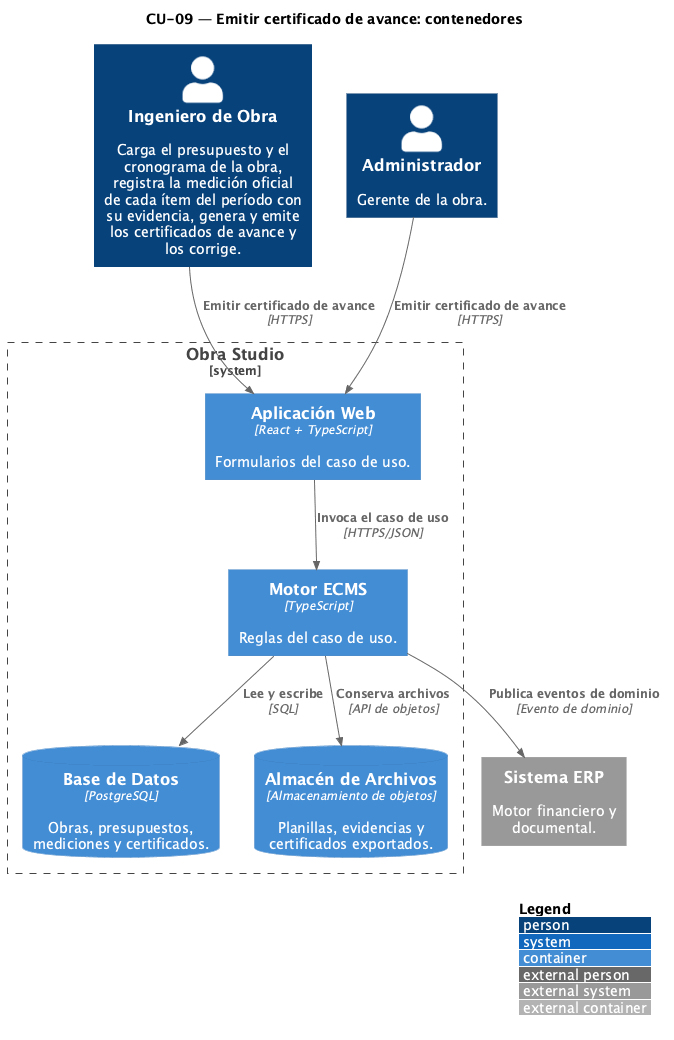
Ssrrb/TPF-teoria keeps this PlantUML diagram as modelo/out/c4/C4-CU09-contenedores.png. Above is the earlier version.
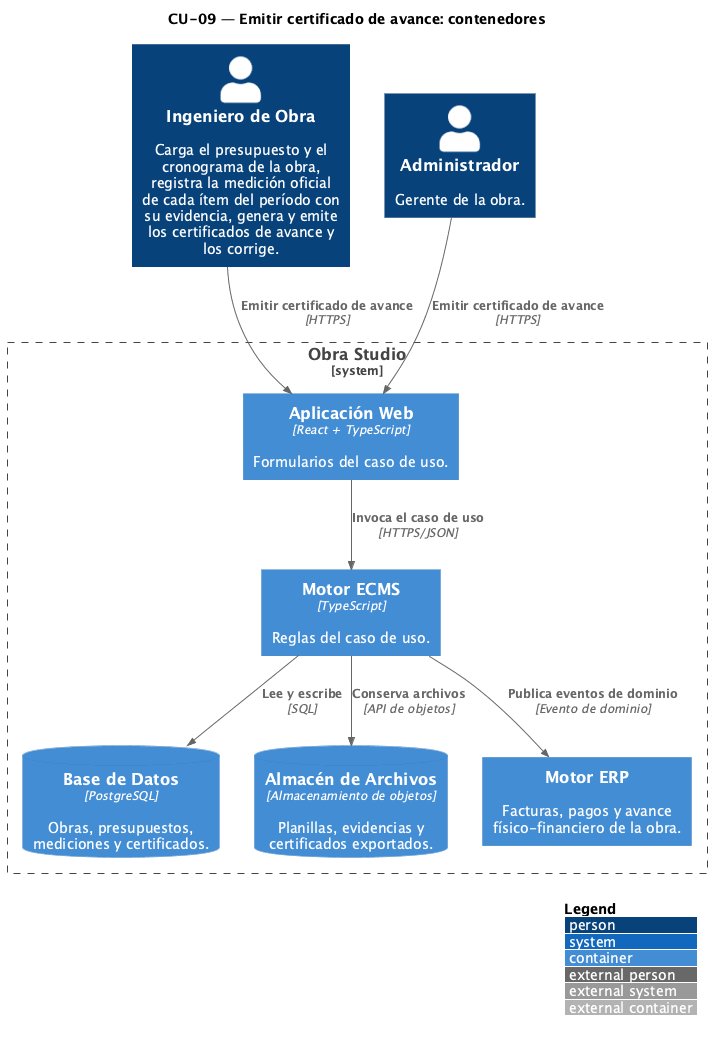
Later version of the same file.

Change to the diagram source:
```diff
@@ -10,8 +10,8 @@
   Container(ecms, "Motor ECMS", "TypeScript", "Reglas del caso de uso.")
   ContainerDb(bd, "Base de Datos", "PostgreSQL", "Obras, presupuestos, mediciones y certificados.")
   ContainerDb(archivos, "Almacén de Archivos", "Almacenamiento de objetos", "Planillas, evidencias y certificados exportados.")
+  Container(erp, "Motor ERP", "", "Facturas, pagos y avance físico-financiero de la obra.")
 }
-System_Ext(erp, "Sistema ERP", "Motor financiero y documental.")
 
 Rel(ING, web, "Emitir certificado de avance", "HTTPS")
 Rel(ADM, web, "Emitir certificado de avance", "HTTPS")
```
